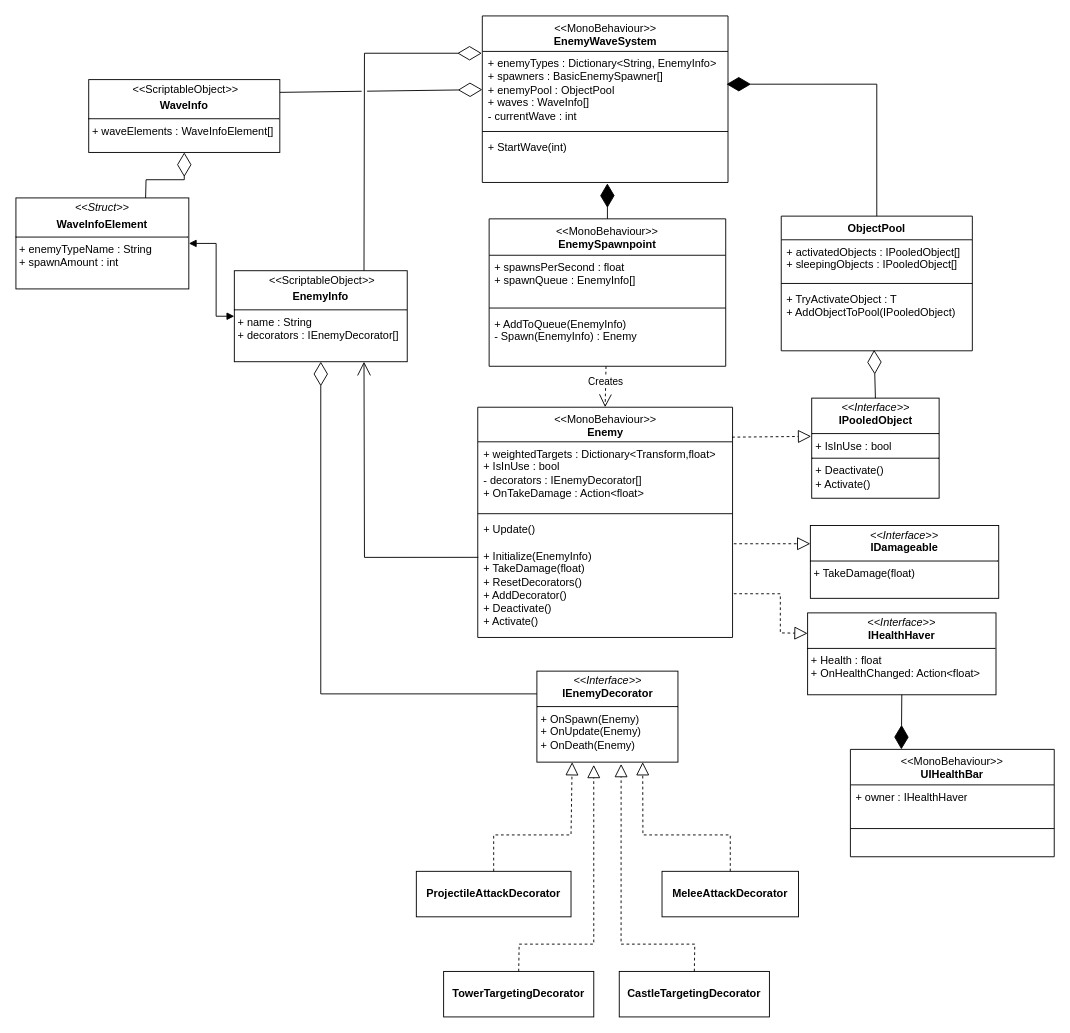
Before: UML.drawio in Roboolet/TowerDefenseEnemyDesignPatterns, a draw.io diagram. Source tidied: cells renumbered, new cells numbered last; positions are measured from the earlier drawing's top-left corner, leaving out a move shared by most shapes. Both pictures are drawn from the tidied source at 91%, with x=0, y=0 at pixel (15, 15).
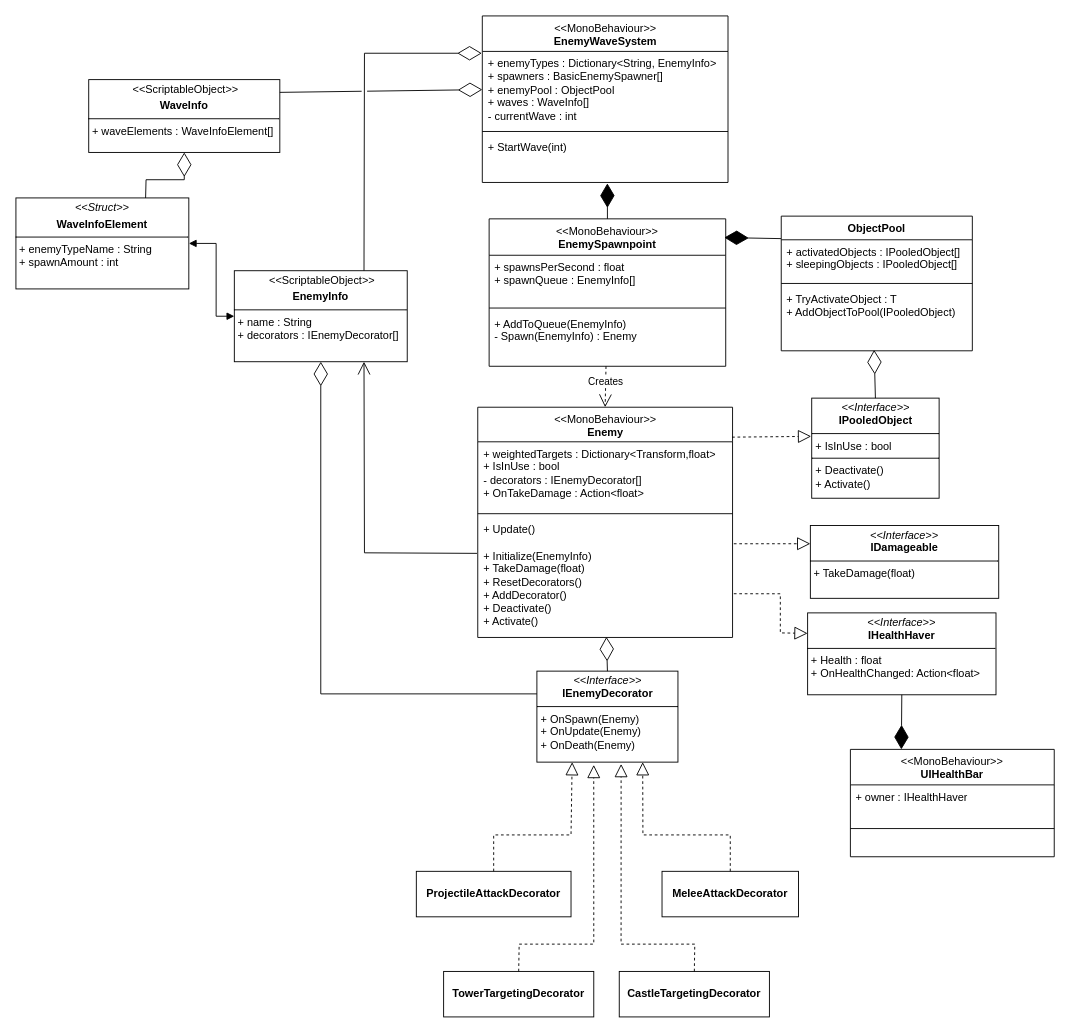
After the change.

Unchanged cells that the change refers to:
```xml
<mxCell id="5" value="+ Update()&lt;div&gt;&lt;span style=&quot;background-color: initial;&quot;&gt;&lt;br&gt;&lt;/span&gt;&lt;/div&gt;&lt;div&gt;&lt;span style=&quot;background-color: initial;&quot;&gt;+ Initialize(EnemyInfo)&lt;/span&gt;&lt;/div&gt;&lt;div&gt;&lt;span style=&quot;background-color: initial;&quot;&gt;+ TakeDamage(float)&lt;/span&gt;&lt;br&gt;&lt;/div&gt;&lt;div&gt;+ ResetDecorators()&lt;div&gt;+ AddDecorator()&lt;/div&gt;&lt;div&gt;+ Deactivate()&lt;/div&gt;&lt;div&gt;+ Activate()&lt;/div&gt;&lt;/div&gt;" style="text;strokeColor=none;fillColor=none;align=left;verticalAlign=top;spacingLeft=4;spacingRight=4;overflow=hidden;points=[[0,0.5],[1,0.5]];portConstraint=eastwest;whiteSpace=wrap;html=1;" parent="2" vertex="1">
  <mxGeometry y="121" width="280" height="132" as="geometry" />
</mxCell>
<mxCell id="6" value="ObjectPool" style="swimlane;fontStyle=1;align=center;verticalAlign=top;horizontal=1;startSize=26;whiteSpace=wrap;html=1;" parent="1" vertex="1">
  <mxGeometry x="841" y="220" width="210" height="148" as="geometry" />
</mxCell>
<mxCell id="7" value="+ activatedObjects : IPooledObject[]&lt;div&gt;+ sleepingObjects : IPooledObject[]&lt;/div&gt;" style="text;strokeColor=none;fillColor=none;align=left;verticalAlign=top;spacingLeft=4;spacingRight=4;overflow=hidden;points=[[0,0.5],[1,0.5]];portConstraint=eastwest;whiteSpace=wrap;html=1;" parent="6" vertex="1">
  <mxGeometry y="26" width="210" height="44" as="geometry" />
</mxCell>
<mxCell id="12" value="&lt;p style=&quot;margin:0px;margin-top:4px;text-align:center;&quot;&gt;&lt;i&gt;&amp;lt;&amp;lt;Interface&amp;gt;&amp;gt;&lt;/i&gt;&lt;br&gt;&lt;b&gt;IEnemyDecorator&lt;/b&gt;&lt;/p&gt;&lt;hr size=&quot;1&quot; style=&quot;border-style:solid;&quot;&gt;&lt;p style=&quot;margin:0px;margin-left:4px;&quot;&gt;&lt;/p&gt;&lt;p style=&quot;margin:0px;margin-left:4px;&quot;&gt;+ OnSpawn(Enemy)&lt;/p&gt;&lt;p style=&quot;margin:0px;margin-left:4px;&quot;&gt;+ OnUpdate(Enemy)&lt;/p&gt;&lt;p style=&quot;margin:0px;margin-left:4px;&quot;&gt;+ OnDeath(Enemy)&lt;/p&gt;" style="verticalAlign=top;align=left;overflow=fill;html=1;whiteSpace=wrap;" parent="1" vertex="1">
  <mxGeometry x="572.5" y="720" width="155" height="100" as="geometry" />
</mxCell>
<mxCell id="22" value="&lt;p style=&quot;margin:0px;margin-top:4px;text-align:center;&quot;&gt;&amp;nbsp;&lt;span style=&quot;background-color: initial;&quot;&gt;&amp;lt;&amp;lt;ScriptableObject&amp;gt;&amp;gt;&lt;/span&gt;&lt;b&gt;&lt;br&gt;&lt;/b&gt;&lt;/p&gt;&lt;p style=&quot;margin:0px;margin-top:4px;text-align:center;&quot;&gt;&lt;b&gt;EnemyInfo&lt;/b&gt;&lt;/p&gt;&lt;hr size=&quot;1&quot; style=&quot;border-style:solid;&quot;&gt;&lt;p style=&quot;margin:0px;margin-left:4px;&quot;&gt;+ name : String&lt;/p&gt;&lt;p style=&quot;margin:0px;margin-left:4px;&quot;&gt;+ decorators : IEnemyDecorator[]&lt;/p&gt;&lt;p style=&quot;margin:0px;margin-left:4px;&quot;&gt;&lt;br&gt;&lt;/p&gt;" style="verticalAlign=top;align=left;overflow=fill;html=1;whiteSpace=wrap;" parent="1" vertex="1">
  <mxGeometry x="240" y="280" width="190" height="100" as="geometry" />
</mxCell>
<mxCell id="26" value="+ enemyTypes : Dictionary&amp;lt;String, EnemyInfo&amp;gt;&lt;div&gt;&lt;div&gt;+ spawners : BasicEnemySpawner[]&lt;/div&gt;&lt;div&gt;+ enemyPool : ObjectPool&lt;br&gt;&lt;/div&gt;&lt;div&gt;+ waves : WaveInfo[]&lt;/div&gt;&lt;div&gt;- currentWave : int&lt;/div&gt;&lt;div&gt;&lt;br&gt;&lt;/div&gt;&lt;/div&gt;" style="text;strokeColor=none;fillColor=none;align=left;verticalAlign=top;spacingLeft=4;spacingRight=4;overflow=hidden;points=[[0,0.5],[1,0.5]];portConstraint=eastwest;whiteSpace=wrap;html=1;" parent="25" vertex="1">
  <mxGeometry y="39" width="270" height="84" as="geometry" />
</mxCell>
<mxCell id="33" value="&lt;span style=&quot;font-weight: 400;&quot;&gt;&amp;lt;&amp;lt;MonoBehaviour&amp;gt;&amp;gt;&lt;/span&gt;&lt;div&gt;EnemySpawnpoint&lt;/div&gt;" style="swimlane;fontStyle=1;align=center;verticalAlign=top;horizontal=1;startSize=40;whiteSpace=wrap;html=1;" parent="1" vertex="1">
  <mxGeometry x="520" y="223" width="260" height="162" as="geometry" />
</mxCell>
```

Change to the diagram source:
```diff
@@
-    <mxCell id="32" style="endArrow=none;startArrow=open;endFill=0;startFill=0;html=1;rounded=0;exitX=0.75;exitY=1;exitDx=0;exitDy=0;entryX=0.002;entryY=0.333;entryDx=0;entryDy=0;entryPerimeter=0;targetPerimeterSpacing=0;startSize=13;" parent="1" edge="1" source="22" target="5">
-      <mxGeometry relative="1" as="geometry">
-        <Array as="points">
-          <mxPoint x="383" y="595" />
-        </Array>
-      </mxGeometry>
-    </mxCell>
@@
-    <mxCell id="52" style="endArrow=diamondThin;endFill=1;endSize=24;html=1;rounded=0;entryX=0.994;entryY=0.429;entryDx=0;entryDy=0;entryPerimeter=0;exitX=0.5;exitY=0;exitDx=0;exitDy=0;" parent="1" edge="1" source="6" target="26">
-      <mxGeometry relative="1" as="geometry">
-        <Array as="points">
-          <mxPoint x="946" y="75" />
-        </Array>
-      </mxGeometry>
-    </mxCell>
+    <mxCell id="53" style="endArrow=diamondThin;endFill=1;endSize=24;html=1;rounded=0;exitX=-0.001;exitY=-0.029;exitDx=0;exitDy=0;exitPerimeter=0;entryX=0.994;entryY=0.127;entryDx=0;entryDy=0;entryPerimeter=0;" parent="1" edge="1" source="7" target="33">
+      <mxGeometry relative="1" as="geometry" />
+    </mxCell>
+    <mxCell id="54" style="endArrow=diamondThin;endFill=0;endSize=24;html=1;rounded=0;entryX=0.505;entryY=0.995;entryDx=0;entryDy=0;entryPerimeter=0;exitX=0.5;exitY=0;exitDx=0;exitDy=0;" parent="1" edge="1" source="12" target="5">
+      <mxGeometry relative="1" as="geometry" />
+    </mxCell>
+    <mxCell id="55" style="endArrow=open;endFill=1;endSize=12;html=1;rounded=0;entryX=0.75;entryY=1;entryDx=0;entryDy=0;exitX=-0.003;exitY=0.3;exitDx=0;exitDy=0;exitPerimeter=0;" parent="1" edge="1" source="5" target="22">
+      <mxGeometry relative="1" as="geometry">
+        <Array as="points">
+          <mxPoint x="383" y="590" />
+        </Array>
+      </mxGeometry>
+    </mxCell>
```
